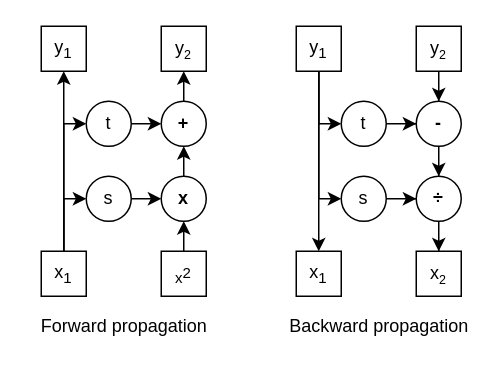
The draw.io diagram chapter2/images/affinecouplingblock.drawio in ivallesp/phd-thesis, before the edit. Source tidied: cells renumbered, new cells numbered last; positions are measured from the earlier drawing's top-left corner, leaving out a move shared by most shapes. Both pictures are drawn from the tidied source at 150%, with x=0, y=0 at pixel (26, 26).
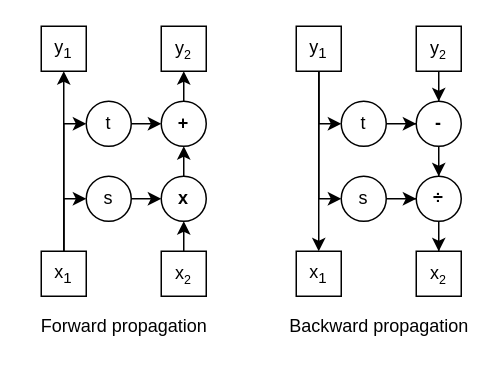
After the change.

Change to the diagram source:
```diff
@@
-    <mxCell id="9" value="&lt;sub&gt;x&lt;/sub&gt;&lt;span style=&quot;font-size: 10px&quot;&gt;2&lt;/span&gt;" style="rounded=0;whiteSpace=wrap;html=1;" parent="1" vertex="1">
+    <mxCell id="9" value="x&lt;span style=&quot;font-size: 10px&quot;&gt;&lt;sub&gt;2&lt;/sub&gt;&lt;/span&gt;" style="rounded=0;whiteSpace=wrap;html=1;" parent="1" vertex="1">
       <mxGeometry x="90" y="150" width="30" height="30" as="geometry" />
     </mxCell>
```
